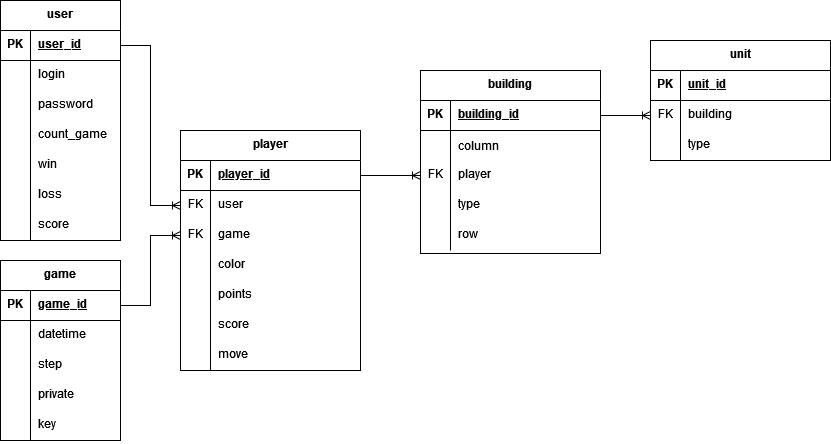
Above: БД/ER диаграмма БД.drawio.png in shaan-kun/tower-defense-stepwise (draw.io), before the change. Source tidied: cells renumbered, new cells last; positions are measured from the earlier drawing's top-left corner, leaving out a move shared by most shapes.
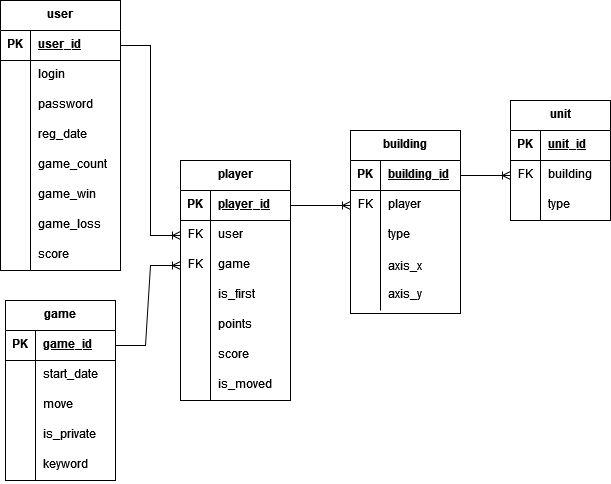
The same diagram one commit later.

The edit, as a diff of the source:
```diff
@@ -5,3 +5,3 @@
     <mxCell id="2" value="user" style="shape=table;startSize=30;rowLines=0;fontStyle=1;align=center;verticalAlign=top;" parent="1" vertex="1">
-      <mxGeometry width="120" height="240" as="geometry" />
+      <mxGeometry width="120" height="270" as="geometry" />
     </mxCell>
@@ -34,4 +34,13 @@
     </mxCell>
+    <mxCell id="92" style="shape=tableRow;horizontal=0;startSize=0;swimlaneHead=0;swimlaneBody=0;fillColor=none;top=0;left=0;right=0;bottom=0;verticalAlign=top;" parent="2" vertex="1">
+      <mxGeometry y="120" width="120" height="30" as="geometry" />
+    </mxCell>
+    <mxCell id="93" style="shape=partialRectangle;fillColor=none;top=0;left=0;bottom=0;right=0;overflow=hidden;verticalAlign=top;" parent="92" vertex="1">
+      <mxGeometry width="30" height="30" as="geometry" />
+    </mxCell>
+    <mxCell id="94" value="reg_date" style="shape=partialRectangle;fillColor=none;top=0;left=0;bottom=0;right=0;align=left;spacingLeft=6;overflow=hidden;verticalAlign=top;" parent="92" vertex="1">
+      <mxGeometry x="30" width="90" height="30" as="geometry" />
+    </mxCell>
     <mxCell id="12" style="shape=tableRow;horizontal=0;startSize=0;swimlaneHead=0;swimlaneBody=0;fillColor=none;top=0;left=0;right=0;bottom=0;verticalAlign=top;" parent="2" vertex="1">
-      <mxGeometry y="120" width="120" height="30" as="geometry" />
+      <mxGeometry y="150" width="120" height="30" as="geometry" />
     </mxCell>
@@ -40,3 +49,3 @@
     </mxCell>
-    <mxCell id="14" value="count_game" style="shape=partialRectangle;fillColor=none;top=0;left=0;bottom=0;right=0;align=left;spacingLeft=6;overflow=hidden;verticalAlign=top;" parent="12" vertex="1">
+    <mxCell id="14" value="game_count" style="shape=partialRectangle;fillColor=none;top=0;left=0;bottom=0;right=0;align=left;spacingLeft=6;overflow=hidden;verticalAlign=top;" parent="12" vertex="1">
       <mxGeometry x="30" width="90" height="30" as="geometry" />
@@ -44,3 +53,3 @@
     <mxCell id="15" style="shape=tableRow;horizontal=0;startSize=0;swimlaneHead=0;swimlaneBody=0;fillColor=none;top=0;left=0;right=0;bottom=0;verticalAlign=top;" parent="2" vertex="1">
-      <mxGeometry y="150" width="120" height="30" as="geometry" />
+      <mxGeometry y="180" width="120" height="30" as="geometry" />
     </mxCell>
@@ -49,3 +58,3 @@
     </mxCell>
-    <mxCell id="17" value="win" style="shape=partialRectangle;fillColor=none;top=0;left=0;bottom=0;right=0;align=left;spacingLeft=6;overflow=hidden;verticalAlign=top;" parent="15" vertex="1">
+    <mxCell id="17" value="game_win" style="shape=partialRectangle;fillColor=none;top=0;left=0;bottom=0;right=0;align=left;spacingLeft=6;overflow=hidden;verticalAlign=top;" parent="15" vertex="1">
       <mxGeometry x="30" width="90" height="30" as="geometry" />
@@ -53,3 +62,3 @@
     <mxCell id="18" style="shape=tableRow;horizontal=0;startSize=0;swimlaneHead=0;swimlaneBody=0;fillColor=none;top=0;left=0;right=0;bottom=0;verticalAlign=top;" parent="2" vertex="1">
-      <mxGeometry y="180" width="120" height="30" as="geometry" />
+      <mxGeometry y="210" width="120" height="30" as="geometry" />
     </mxCell>
@@ -58,3 +67,3 @@
     </mxCell>
-    <mxCell id="20" value="loss" style="shape=partialRectangle;fillColor=none;top=0;left=0;bottom=0;right=0;align=left;spacingLeft=6;overflow=hidden;verticalAlign=top;" parent="18" vertex="1">
+    <mxCell id="20" value="game_loss" style="shape=partialRectangle;fillColor=none;top=0;left=0;bottom=0;right=0;align=left;spacingLeft=6;overflow=hidden;verticalAlign=top;" parent="18" vertex="1">
       <mxGeometry x="30" width="90" height="30" as="geometry" />
@@ -62,3 +71,3 @@
     <mxCell id="21" style="shape=tableRow;horizontal=0;startSize=0;swimlaneHead=0;swimlaneBody=0;fillColor=none;top=0;left=0;right=0;bottom=0;verticalAlign=top;" parent="2" vertex="1">
-      <mxGeometry y="210" width="120" height="30" as="geometry" />
+      <mxGeometry y="240" width="120" height="30" as="geometry" />
     </mxCell>
@@ -71,6 +80,6 @@
     <mxCell id="24" value="game" style="shape=table;startSize=30;rowLines=0;fontStyle=1;align=center;verticalAlign=top;" parent="1" vertex="1">
-      <mxGeometry y="260" width="120" height="180" as="geometry" />
+      <mxGeometry x="5" y="300" width="110" height="180" as="geometry" />
     </mxCell>
     <mxCell id="25" style="shape=tableRow;horizontal=0;startSize=0;swimlaneHead=0;swimlaneBody=0;fillColor=none;points=[[0,0.5],[1,0.5]];portConstraint=eastwest;top=0;left=0;right=0;bottom=1;verticalAlign=top;" parent="24" vertex="1">
-      <mxGeometry y="30" width="120" height="30" as="geometry" />
+      <mxGeometry y="30" width="110" height="30" as="geometry" />
     </mxCell>
@@ -80,6 +89,6 @@
     <mxCell id="27" value="game_id" style="shape=partialRectangle;fillColor=none;top=0;left=0;bottom=0;right=0;align=left;spacingLeft=6;fontStyle=5;overflow=hidden;verticalAlign=top;" parent="25" vertex="1">
-      <mxGeometry x="30" width="90" height="30" as="geometry" />
+      <mxGeometry x="30" width="80" height="30" as="geometry" />
     </mxCell>
     <mxCell id="28" style="shape=tableRow;horizontal=0;startSize=0;swimlaneHead=0;swimlaneBody=0;fillColor=none;top=0;left=0;right=0;bottom=0;verticalAlign=top;" parent="24" vertex="1">
-      <mxGeometry y="60" width="120" height="30" as="geometry" />
+      <mxGeometry y="60" width="110" height="30" as="geometry" />
     </mxCell>
@@ -88,7 +97,7 @@
     </mxCell>
-    <mxCell id="30" value="datetime" style="shape=partialRectangle;fillColor=none;top=0;left=0;bottom=0;right=0;align=left;spacingLeft=6;overflow=hidden;verticalAlign=top;" parent="28" vertex="1">
-      <mxGeometry x="30" width="90" height="30" as="geometry" />
+    <mxCell id="30" value="start_date" style="shape=partialRectangle;fillColor=none;top=0;left=0;bottom=0;right=0;align=left;spacingLeft=6;overflow=hidden;verticalAlign=top;" parent="28" vertex="1">
+      <mxGeometry x="30" width="80" height="30" as="geometry" />
     </mxCell>
     <mxCell id="31" style="shape=tableRow;horizontal=0;startSize=0;swimlaneHead=0;swimlaneBody=0;fillColor=none;top=0;left=0;right=0;bottom=0;verticalAlign=top;" parent="24" vertex="1">
-      <mxGeometry y="90" width="120" height="30" as="geometry" />
+      <mxGeometry y="90" width="110" height="30" as="geometry" />
     </mxCell>
@@ -97,7 +106,7 @@
     </mxCell>
-    <mxCell id="33" value="step" style="shape=partialRectangle;fillColor=none;top=0;left=0;bottom=0;right=0;align=left;spacingLeft=6;overflow=hidden;verticalAlign=top;" parent="31" vertex="1">
-      <mxGeometry x="30" width="90" height="30" as="geometry" />
+    <mxCell id="33" value="move" style="shape=partialRectangle;fillColor=none;top=0;left=0;bottom=0;right=0;align=left;spacingLeft=6;overflow=hidden;verticalAlign=top;" parent="31" vertex="1">
+      <mxGeometry x="30" width="80" height="30" as="geometry" />
     </mxCell>
     <mxCell id="34" style="shape=tableRow;horizontal=0;startSize=0;swimlaneHead=0;swimlaneBody=0;fillColor=none;top=0;left=0;right=0;bottom=0;verticalAlign=top;" parent="24" vertex="1">
-      <mxGeometry y="120" width="120" height="30" as="geometry" />
+      <mxGeometry y="120" width="110" height="30" as="geometry" />
     </mxCell>
@@ -106,7 +115,7 @@
     </mxCell>
-    <mxCell id="36" value="private" style="shape=partialRectangle;fillColor=none;top=0;left=0;bottom=0;right=0;align=left;spacingLeft=6;overflow=hidden;verticalAlign=top;" parent="34" vertex="1">
-      <mxGeometry x="30" width="90" height="30" as="geometry" />
+    <mxCell id="36" value="is_private" style="shape=partialRectangle;fillColor=none;top=0;left=0;bottom=0;right=0;align=left;spacingLeft=6;overflow=hidden;verticalAlign=top;" parent="34" vertex="1">
+      <mxGeometry x="30" width="80" height="30" as="geometry" />
     </mxCell>
     <mxCell id="37" style="shape=tableRow;horizontal=0;startSize=0;swimlaneHead=0;swimlaneBody=0;fillColor=none;top=0;left=0;right=0;bottom=0;verticalAlign=top;" parent="24" vertex="1">
-      <mxGeometry y="150" width="120" height="30" as="geometry" />
+      <mxGeometry y="150" width="110" height="30" as="geometry" />
     </mxCell>
@@ -115,10 +124,10 @@
     </mxCell>
-    <mxCell id="39" value="key" style="shape=partialRectangle;fillColor=none;top=0;left=0;bottom=0;right=0;align=left;spacingLeft=6;overflow=hidden;verticalAlign=top;" parent="37" vertex="1">
-      <mxGeometry x="30" width="90" height="30" as="geometry" />
+    <mxCell id="39" value="keyword" style="shape=partialRectangle;fillColor=none;top=0;left=0;bottom=0;right=0;align=left;spacingLeft=6;overflow=hidden;verticalAlign=top;" parent="37" vertex="1">
+      <mxGeometry x="30" width="80" height="30" as="geometry" />
     </mxCell>
     <mxCell id="40" value="player" style="shape=table;startSize=30;rowLines=0;fontStyle=1;align=center;verticalAlign=top;" parent="1" vertex="1">
-      <mxGeometry x="180" y="130" width="180" height="240" as="geometry" />
+      <mxGeometry x="180" y="160" width="110" height="240" as="geometry" />
     </mxCell>
     <mxCell id="41" style="shape=tableRow;horizontal=0;startSize=0;swimlaneHead=0;swimlaneBody=0;fillColor=none;points=[[0,0.5],[1,0.5]];portConstraint=eastwest;top=0;left=0;right=0;bottom=1;verticalAlign=top;" parent="40" vertex="1">
-      <mxGeometry y="30" width="180" height="30" as="geometry" />
+      <mxGeometry y="30" width="110" height="30" as="geometry" />
     </mxCell>
@@ -128,6 +137,6 @@
     <mxCell id="43" value="player_id" style="shape=partialRectangle;fillColor=none;top=0;left=0;bottom=0;right=0;align=left;spacingLeft=6;fontStyle=5;overflow=hidden;verticalAlign=top;" parent="41" vertex="1">
-      <mxGeometry x="30" width="150" height="30" as="geometry" />
+      <mxGeometry x="30" width="80" height="30" as="geometry" />
     </mxCell>
     <mxCell id="44" style="shape=tableRow;horizontal=0;startSize=0;swimlaneHead=0;swimlaneBody=0;fillColor=none;points=[[0,0.5],[1,0.5]];portConstraint=eastwest;top=0;left=0;right=0;bottom=0;verticalAlign=top;" parent="40" vertex="1">
-      <mxGeometry y="60" width="180" height="30" as="geometry" />
+      <mxGeometry y="60" width="110" height="30" as="geometry" />
     </mxCell>
@@ -137,6 +146,6 @@
     <mxCell id="46" value="user" style="shape=partialRectangle;fillColor=none;top=0;left=0;bottom=0;right=0;align=left;spacingLeft=6;overflow=hidden;verticalAlign=top;" parent="44" vertex="1">
-      <mxGeometry x="30" width="150" height="30" as="geometry" />
+      <mxGeometry x="30" width="80" height="30" as="geometry" />
     </mxCell>
     <mxCell id="47" style="shape=tableRow;horizontal=0;startSize=0;swimlaneHead=0;swimlaneBody=0;fillColor=none;points=[[0,0.5],[1,0.5]];portConstraint=eastwest;top=0;left=0;right=0;bottom=0;verticalAlign=top;" parent="40" vertex="1">
-      <mxGeometry y="90" width="180" height="30" as="geometry" />
+      <mxGeometry y="90" width="110" height="30" as="geometry" />
     </mxCell>
@@ -146,6 +155,6 @@
     <mxCell id="49" value="game" style="shape=partialRectangle;fillColor=none;top=0;left=0;bottom=0;right=0;align=left;spacingLeft=6;overflow=hidden;verticalAlign=top;" parent="47" vertex="1">
-      <mxGeometry x="30" width="150" height="30" as="geometry" />
+      <mxGeometry x="30" width="80" height="30" as="geometry" />
     </mxCell>
     <mxCell id="50" style="shape=tableRow;horizontal=0;startSize=0;swimlaneHead=0;swimlaneBody=0;fillColor=none;top=0;left=0;right=0;bottom=0;verticalAlign=top;" parent="40" vertex="1">
-      <mxGeometry y="120" width="180" height="30" as="geometry" />
+      <mxGeometry y="120" width="110" height="30" as="geometry" />
     </mxCell>
@@ -154,7 +163,7 @@
     </mxCell>
-    <mxCell id="52" value="color" style="shape=partialRectangle;fillColor=none;top=0;left=0;bottom=0;right=0;align=left;spacingLeft=6;overflow=hidden;verticalAlign=top;" parent="50" vertex="1">
-      <mxGeometry x="30" width="150" height="30" as="geometry" />
+    <mxCell id="52" value="is_first" style="shape=partialRectangle;fillColor=none;top=0;left=0;bottom=0;right=0;align=left;spacingLeft=6;overflow=hidden;verticalAlign=top;" parent="50" vertex="1">
+      <mxGeometry x="30" width="80" height="30" as="geometry" />
     </mxCell>
     <mxCell id="53" style="shape=tableRow;horizontal=0;startSize=0;swimlaneHead=0;swimlaneBody=0;fillColor=none;top=0;left=0;right=0;bottom=0;verticalAlign=top;" parent="40" vertex="1">
-      <mxGeometry y="150" width="180" height="30" as="geometry" />
+      <mxGeometry y="150" width="110" height="30" as="geometry" />
     </mxCell>
@@ -164,6 +173,6 @@
     <mxCell id="55" value="points" style="shape=partialRectangle;fillColor=none;top=0;left=0;bottom=0;right=0;align=left;spacingLeft=6;overflow=hidden;verticalAlign=top;" parent="53" vertex="1">
-      <mxGeometry x="30" width="150" height="30" as="geometry" />
+      <mxGeometry x="30" width="80" height="30" as="geometry" />
     </mxCell>
     <mxCell id="56" style="shape=tableRow;horizontal=0;startSize=0;swimlaneHead=0;swimlaneBody=0;fillColor=none;top=0;left=0;right=0;bottom=0;verticalAlign=top;" parent="40" vertex="1">
-      <mxGeometry y="180" width="180" height="30" as="geometry" />
+      <mxGeometry y="180" width="110" height="30" as="geometry" />
     </mxCell>
@@ -173,6 +182,6 @@
     <mxCell id="58" value="score" style="shape=partialRectangle;fillColor=none;top=0;left=0;bottom=0;right=0;align=left;spacingLeft=6;overflow=hidden;verticalAlign=top;" parent="56" vertex="1">
-      <mxGeometry x="30" width="150" height="30" as="geometry" />
+      <mxGeometry x="30" width="80" height="30" as="geometry" />
     </mxCell>
     <mxCell id="59" style="shape=tableRow;horizontal=0;startSize=0;swimlaneHead=0;swimlaneBody=0;fillColor=none;top=0;left=0;right=0;bottom=0;verticalAlign=top;" parent="40" vertex="1">
-      <mxGeometry y="210" width="180" height="30" as="geometry" />
+      <mxGeometry y="210" width="110" height="30" as="geometry" />
     </mxCell>
@@ -181,4 +190,4 @@
     </mxCell>
-    <mxCell id="61" value="move" style="shape=partialRectangle;fillColor=none;top=0;left=0;bottom=0;right=0;align=left;spacingLeft=6;overflow=hidden;verticalAlign=top;" parent="59" vertex="1">
-      <mxGeometry x="30" width="150" height="30" as="geometry" />
+    <mxCell id="61" value="is_moved" style="shape=partialRectangle;fillColor=none;top=0;left=0;bottom=0;right=0;align=left;spacingLeft=6;overflow=hidden;verticalAlign=top;" parent="59" vertex="1">
+      <mxGeometry x="30" width="80" height="30" as="geometry" />
     </mxCell>
@@ -191,6 +200,6 @@
     <mxCell id="64" value="building" style="shape=table;startSize=30;rowLines=0;fontStyle=1;align=center;verticalAlign=top;" parent="1" vertex="1">
-      <mxGeometry x="420" y="70" width="180" height="183" as="geometry" />
+      <mxGeometry x="350" y="130" width="110" height="183" as="geometry" />
     </mxCell>
     <mxCell id="65" style="shape=tableRow;horizontal=0;startSize=0;swimlaneHead=0;swimlaneBody=0;fillColor=none;points=[[0,0.5],[1,0.5]];portConstraint=eastwest;top=0;left=0;right=0;bottom=1;verticalAlign=top;" parent="64" vertex="1">
-      <mxGeometry y="30" width="180" height="30" as="geometry" />
+      <mxGeometry y="30" width="110" height="30" as="geometry" />
     </mxCell>
@@ -200,15 +209,6 @@
     <mxCell id="67" value="building_id" style="shape=partialRectangle;fillColor=none;top=0;left=0;bottom=0;right=0;align=left;spacingLeft=6;fontStyle=5;overflow=hidden;verticalAlign=top;" parent="65" vertex="1">
-      <mxGeometry x="30" width="150" height="30" as="geometry" />
+      <mxGeometry x="30" width="80" height="30" as="geometry" />
     </mxCell>
-    <mxCell id="68" style="shape=tableRow;horizontal=0;startSize=0;swimlaneHead=0;swimlaneBody=0;fillColor=none;top=0;left=0;right=0;bottom=0;" parent="64" vertex="1">
-      <mxGeometry y="60" width="180" height="30" as="geometry" />
-    </mxCell>
-    <mxCell id="69" style="shape=partialRectangle;fillColor=none;top=0;left=0;bottom=0;right=0;overflow=hidden;" parent="68" vertex="1">
-      <mxGeometry width="30" height="30" as="geometry" />
-    </mxCell>
-    <mxCell id="70" value="column" style="shape=partialRectangle;fillColor=none;top=0;left=0;bottom=0;right=0;align=left;spacingLeft=6;overflow=hidden;" parent="68" vertex="1">
-      <mxGeometry x="30" width="150" height="30" as="geometry" />
-    </mxCell>
     <mxCell id="71" style="shape=tableRow;horizontal=0;startSize=0;swimlaneHead=0;swimlaneBody=0;fillColor=none;points=[[0,0.5],[1,0.5]];portConstraint=eastwest;top=0;left=0;right=0;bottom=0;verticalAlign=top;" parent="64" vertex="1">
-      <mxGeometry y="90" width="180" height="30" as="geometry" />
+      <mxGeometry y="60" width="110" height="30" as="geometry" />
     </mxCell>
@@ -218,6 +218,6 @@
     <mxCell id="73" value="player" style="shape=partialRectangle;fillColor=none;top=0;left=0;bottom=0;right=0;align=left;spacingLeft=6;overflow=hidden;verticalAlign=top;" parent="71" vertex="1">
-      <mxGeometry x="30" width="150" height="30" as="geometry" />
+      <mxGeometry x="30" width="80" height="30" as="geometry" />
     </mxCell>
     <mxCell id="74" style="shape=tableRow;horizontal=0;startSize=0;swimlaneHead=0;swimlaneBody=0;fillColor=none;top=0;left=0;right=0;bottom=0;verticalAlign=top;" parent="64" vertex="1">
-      <mxGeometry y="120" width="180" height="30" as="geometry" />
+      <mxGeometry y="90" width="110" height="30" as="geometry" />
     </mxCell>
@@ -227,6 +227,15 @@
     <mxCell id="76" value="type" style="shape=partialRectangle;fillColor=none;top=0;left=0;bottom=0;right=0;align=left;spacingLeft=6;overflow=hidden;verticalAlign=top;" parent="74" vertex="1">
-      <mxGeometry x="30" width="150" height="30" as="geometry" />
+      <mxGeometry x="30" width="80" height="30" as="geometry" />
     </mxCell>
+    <mxCell id="68" style="shape=tableRow;horizontal=0;startSize=0;swimlaneHead=0;swimlaneBody=0;fillColor=none;top=0;left=0;right=0;bottom=0;" parent="64" vertex="1">
+      <mxGeometry y="120" width="110" height="30" as="geometry" />
+    </mxCell>
+    <mxCell id="69" style="shape=partialRectangle;fillColor=none;top=0;left=0;bottom=0;right=0;overflow=hidden;" parent="68" vertex="1">
+      <mxGeometry width="30" height="30" as="geometry" />
+    </mxCell>
+    <mxCell id="70" value="axis_x" style="shape=partialRectangle;fillColor=none;top=0;left=0;bottom=0;right=0;align=left;spacingLeft=6;overflow=hidden;" parent="68" vertex="1">
+      <mxGeometry x="30" width="80" height="30" as="geometry" />
+    </mxCell>
     <mxCell id="77" style="shape=tableRow;horizontal=0;startSize=0;swimlaneHead=0;swimlaneBody=0;fillColor=none;top=0;left=0;right=0;bottom=0;verticalAlign=top;" parent="64" vertex="1">
-      <mxGeometry y="150" width="180" height="30" as="geometry" />
+      <mxGeometry y="150" width="110" height="30" as="geometry" />
     </mxCell>
@@ -235,10 +244,10 @@
     </mxCell>
-    <mxCell id="79" value="row" style="shape=partialRectangle;fillColor=none;top=0;left=0;bottom=0;right=0;align=left;spacingLeft=6;overflow=hidden;verticalAlign=top;" parent="77" vertex="1">
-      <mxGeometry x="30" width="150" height="30" as="geometry" />
+    <mxCell id="79" value="axis_y" style="shape=partialRectangle;fillColor=none;top=0;left=0;bottom=0;right=0;align=left;spacingLeft=6;overflow=hidden;verticalAlign=top;" parent="77" vertex="1">
+      <mxGeometry x="30" width="80" height="30" as="geometry" />
     </mxCell>
     <mxCell id="80" value="unit" style="shape=table;startSize=30;rowLines=0;fontStyle=1;align=center;verticalAlign=top;" parent="1" vertex="1">
-      <mxGeometry x="650" y="40" width="180" height="120" as="geometry" />
+      <mxGeometry x="510" y="100" width="100" height="120" as="geometry" />
     </mxCell>
     <mxCell id="81" style="shape=tableRow;horizontal=0;startSize=0;swimlaneHead=0;swimlaneBody=0;fillColor=none;top=0;left=0;right=0;bottom=1;verticalAlign=top;" parent="80" vertex="1">
-      <mxGeometry y="30" width="180" height="30" as="geometry" />
+      <mxGeometry y="30" width="100" height="30" as="geometry" />
     </mxCell>
@@ -248,6 +257,6 @@
     <mxCell id="83" value="unit_id" style="shape=partialRectangle;fillColor=none;top=0;left=0;bottom=0;right=0;align=left;spacingLeft=6;fontStyle=5;overflow=hidden;verticalAlign=top;" parent="81" vertex="1">
-      <mxGeometry x="30" width="150" height="30" as="geometry" />
+      <mxGeometry x="30" width="70" height="30" as="geometry" />
     </mxCell>
     <mxCell id="84" style="shape=tableRow;horizontal=0;startSize=0;swimlaneHead=0;swimlaneBody=0;fillColor=none;points=[[0,0.5],[1,0.5]];portConstraint=eastwest;top=0;left=0;right=0;bottom=0;verticalAlign=top;" parent="80" vertex="1">
-      <mxGeometry y="60" width="180" height="30" as="geometry" />
+      <mxGeometry y="60" width="100" height="30" as="geometry" />
     </mxCell>
@@ -257,6 +266,6 @@
     <mxCell id="86" value="building" style="shape=partialRectangle;fillColor=none;top=0;left=0;bottom=0;right=0;align=left;spacingLeft=6;overflow=hidden;verticalAlign=top;" parent="84" vertex="1">
-      <mxGeometry x="30" width="150" height="30" as="geometry" />
+      <mxGeometry x="30" width="70" height="30" as="geometry" />
     </mxCell>
     <mxCell id="87" style="shape=tableRow;horizontal=0;startSize=0;swimlaneHead=0;swimlaneBody=0;fillColor=none;top=0;left=0;right=0;bottom=0;verticalAlign=top;" parent="80" vertex="1">
-      <mxGeometry y="90" width="180" height="30" as="geometry" />
+      <mxGeometry y="90" width="100" height="30" as="geometry" />
     </mxCell>
@@ -266,3 +275,3 @@
     <mxCell id="89" value="type" style="shape=partialRectangle;fillColor=none;top=0;left=0;bottom=0;right=0;align=left;spacingLeft=6;overflow=hidden;verticalAlign=top;" parent="87" vertex="1">
-      <mxGeometry x="30" width="150" height="30" as="geometry" />
+      <mxGeometry x="30" width="70" height="30" as="geometry" />
     </mxCell>
```
